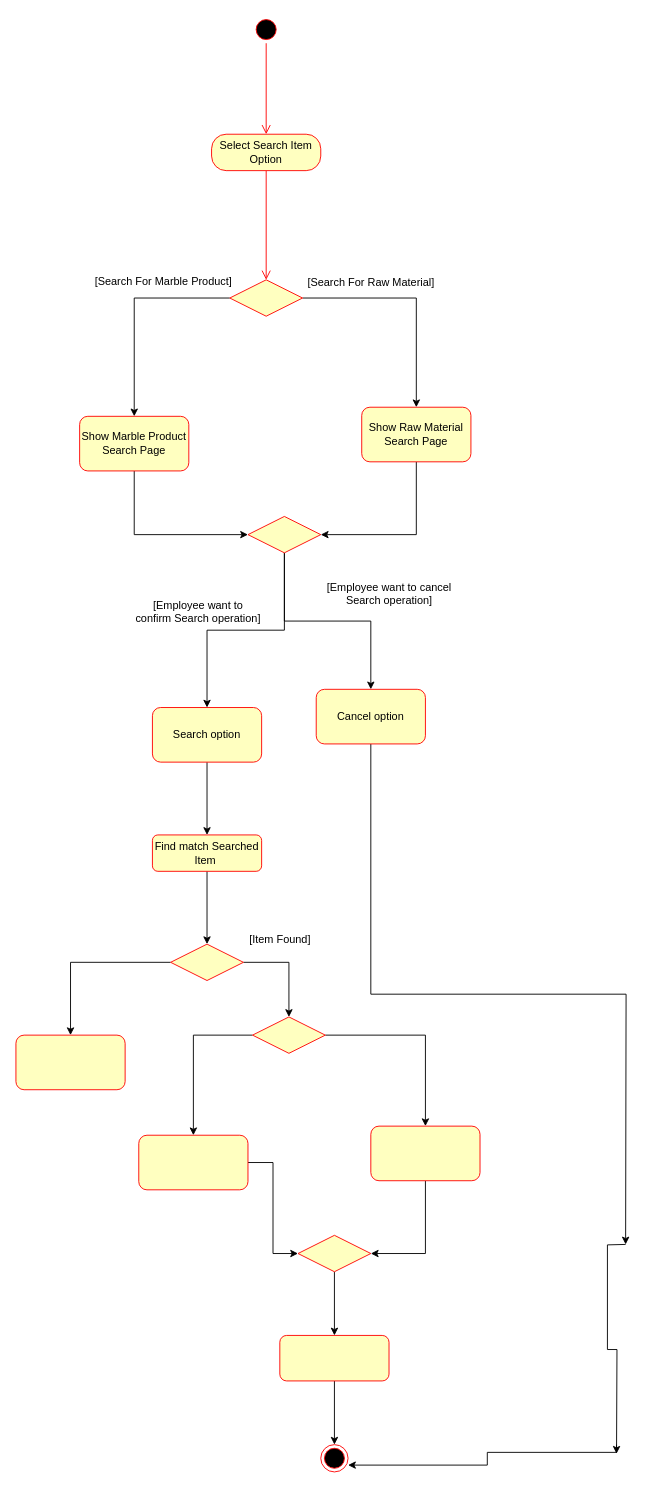
This is ActivityDiagram.drawio from MohammadJarrar1201726/SoftwareDiagrams, a draw.io file, before an edit. Source tidied: cells renumbered, new cells numbered last; positions are measured from the earlier drawing's top-left corner, leaving out a move shared by most shapes. Both pictures are drawn from the tidied source at 91%, with x=0, y=0 at pixel (15, 15).
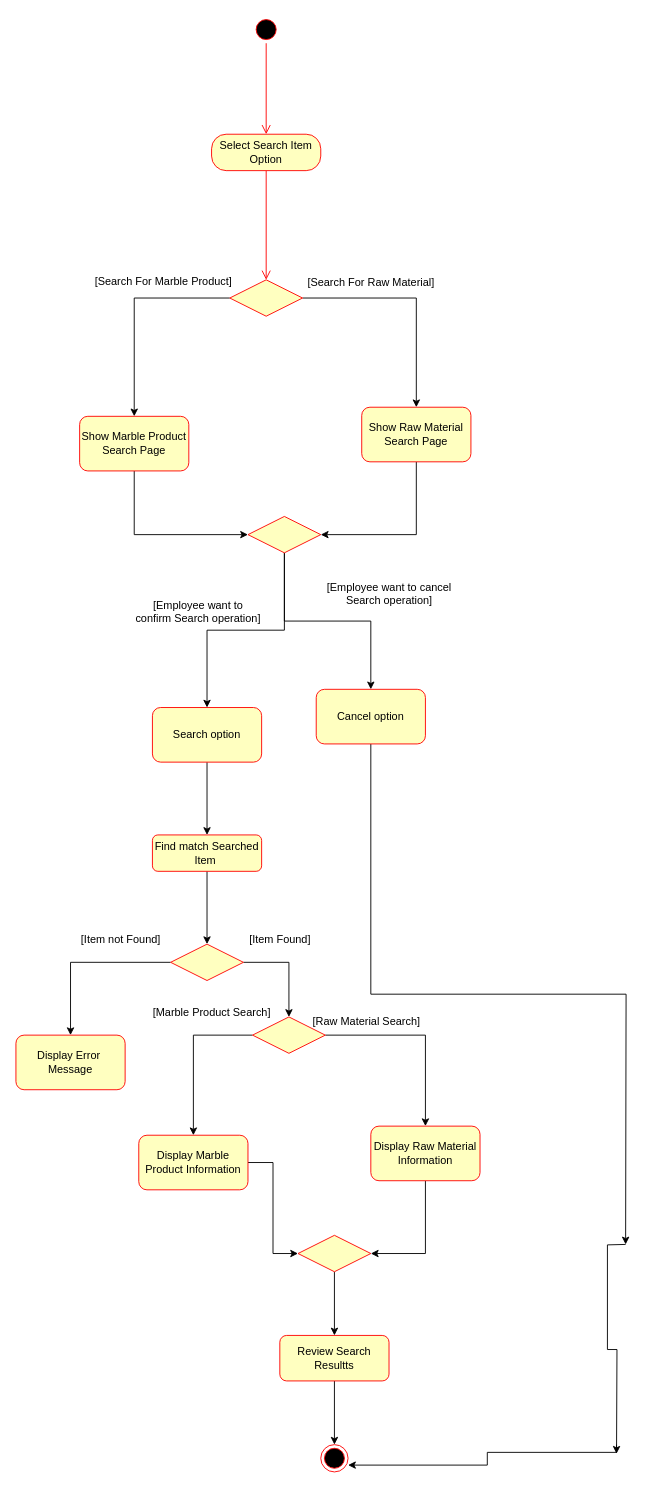
The same diagram, later.

What changed in the source:
```diff
@@
-    <mxCell id="26" style="rounded=1;whiteSpace=wrap;html=1;fillColor=#ffffc0;strokeColor=#ff0000;fontColor=#000000;" parent="1" vertex="1">
+    <mxCell id="26" value="Display Error&amp;nbsp;&lt;br&gt;Message" style="rounded=1;whiteSpace=wrap;html=1;fillColor=#ffffc0;strokeColor=#ff0000;fontColor=#000000;" parent="1" vertex="1">
       <mxGeometry y="1120" width="120" height="60" as="geometry" />
     </mxCell>
@@
-    <mxCell id="31" style="rounded=1;whiteSpace=wrap;html=1;fillColor=#ffffc0;strokeColor=#ff0000;fontColor=#000000;" parent="1" vertex="1">
+    <mxCell id="31" value="Display Marble&lt;br&gt;Product Information" style="rounded=1;whiteSpace=wrap;html=1;fillColor=#ffffc0;strokeColor=#ff0000;fontColor=#000000;" parent="1" vertex="1">
       <mxGeometry x="135" y="1230" width="120" height="60" as="geometry" />
     </mxCell>
@@
-    <mxCell id="33" style="rounded=1;whiteSpace=wrap;html=1;fillColor=#ffffc0;strokeColor=#ff0000;fontColor=#000000;" parent="1" vertex="1">
+    <mxCell id="33" value="Display Raw Material Information" style="rounded=1;whiteSpace=wrap;html=1;fillColor=#ffffc0;strokeColor=#ff0000;fontColor=#000000;" parent="1" vertex="1">
       <mxGeometry x="390" y="1220" width="120" height="60" as="geometry" />
     </mxCell>
@@
-    <mxCell id="37" style="rounded=1;whiteSpace=wrap;html=1;fillColor=#ffffc0;strokeColor=#ff0000;fontColor=#000000;" parent="1" vertex="1">
+    <mxCell id="37" value="Review Search Resultts" style="rounded=1;whiteSpace=wrap;html=1;fillColor=#ffffc0;strokeColor=#ff0000;fontColor=#000000;" parent="1" vertex="1">
       <mxGeometry x="290" y="1450" width="120" height="50" as="geometry" />
     </mxCell>
@@
+    <mxCell id="45" value="[Item not Found]" style="text;html=1;align=center;verticalAlign=middle;strokeColor=none;fillColor=none;" parent="1" vertex="1">
+      <mxGeometry x="60" y="1000" width="110" height="30" as="geometry" />
+    </mxCell>
+    <mxCell id="46" value="[Raw Material Search]" style="text;html=1;align=center;verticalAlign=middle;strokeColor=none;fillColor=none;" parent="1" vertex="1">
+      <mxGeometry x="315" y="1090" width="140" height="30" as="geometry" />
+    </mxCell>
+    <mxCell id="47" value="[Marble Product Search]" style="text;html=1;align=center;verticalAlign=middle;strokeColor=none;fillColor=none;" parent="1" vertex="1">
+      <mxGeometry x="140" y="1080" width="150" height="30" as="geometry" />
+    </mxCell>
```
